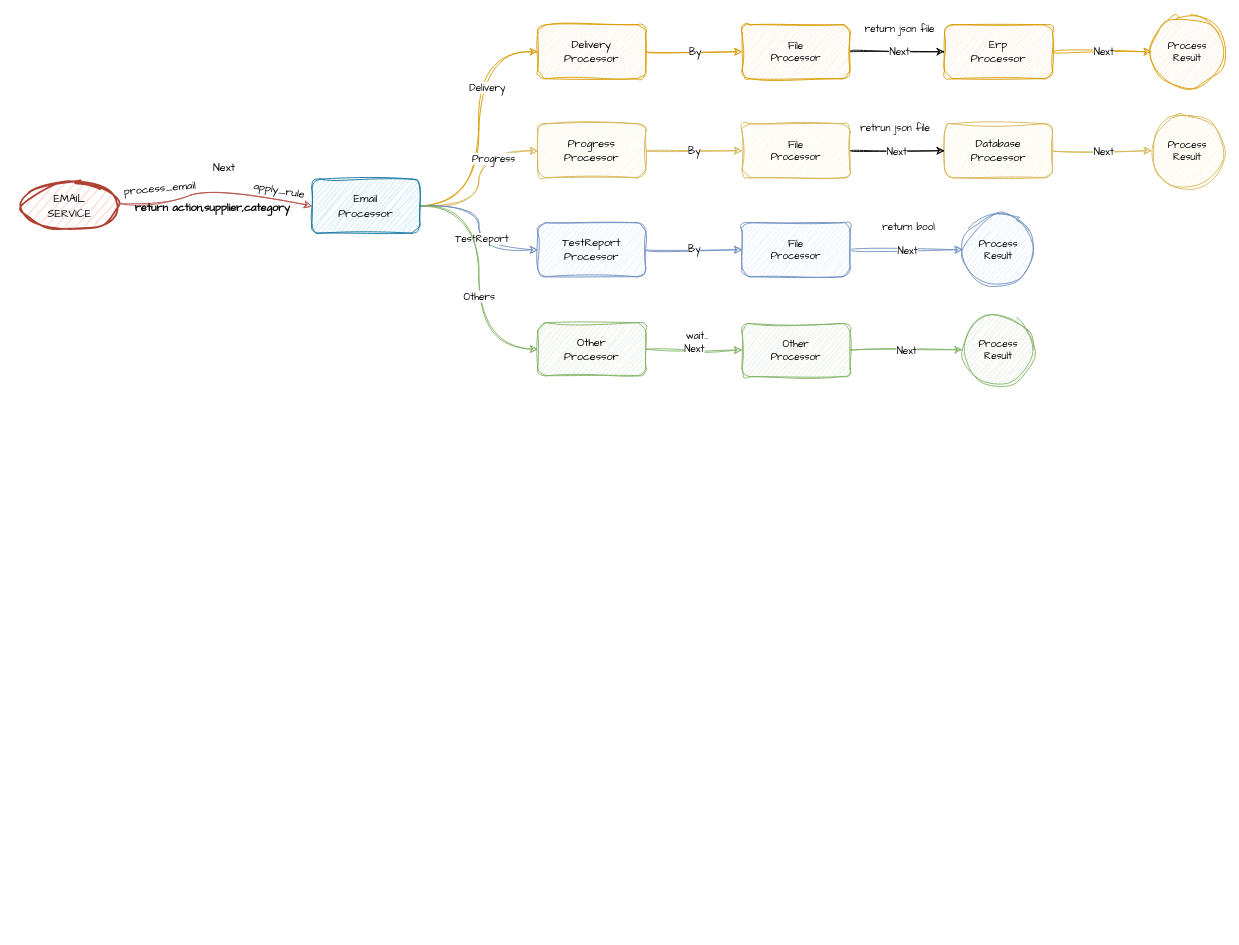
The draw.io diagram huaxinAgent.drawio in FeyaiFey/huaxinAgent, before the edit. Source tidied: cells renumbered, new cells numbered last; positions are measured from the earlier drawing's top-left corner, leaving out a move shared by most shapes. Both pictures are drawn from the tidied source at 90%, with x=0, y=0 at pixel (21, 15).
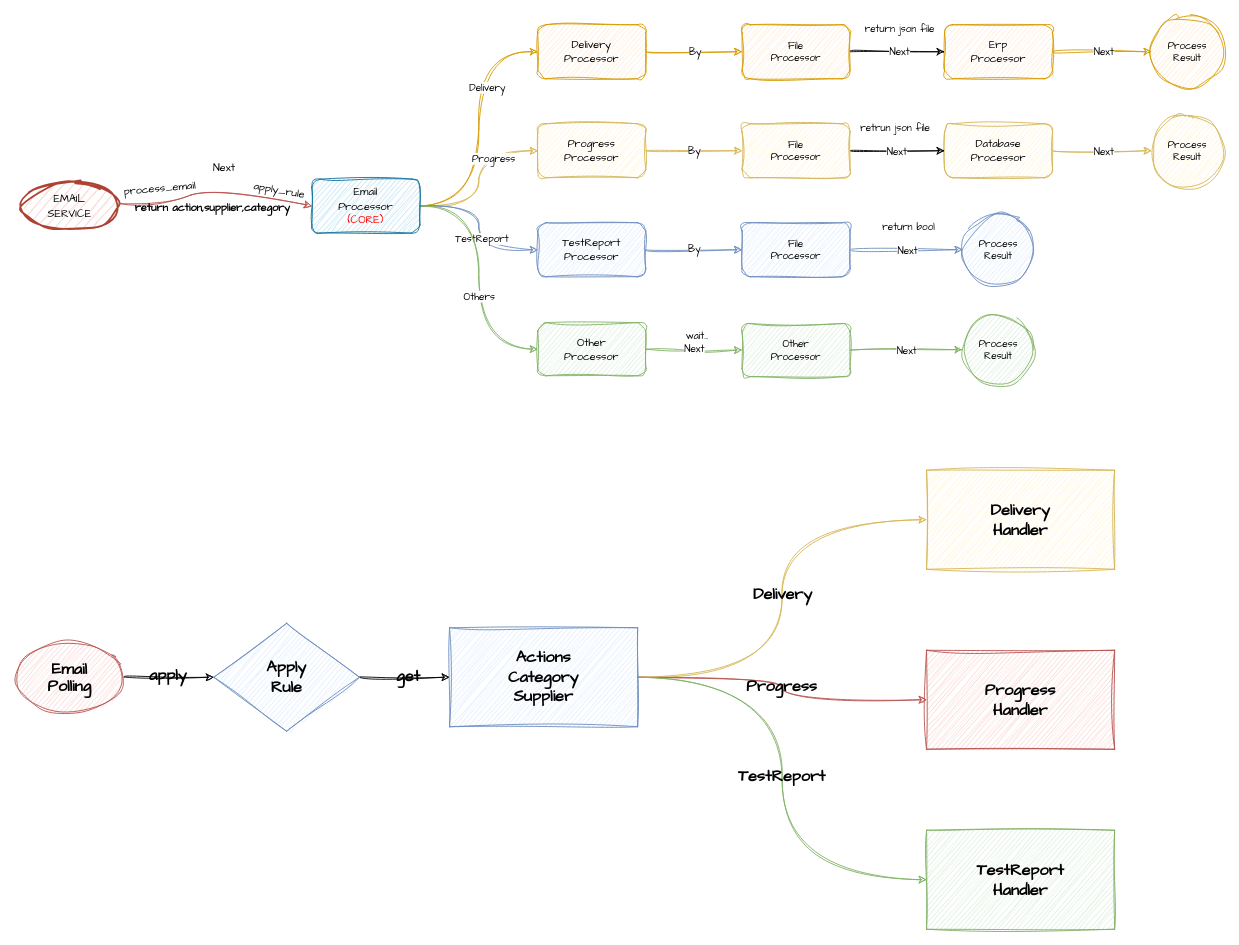
Above is the later version.

The edit, as a diff of the source:
```diff
@@
-    <mxCell id="15" value="&lt;font face=&quot;Comic Sans MS&quot;&gt;Email&lt;/font&gt;&lt;div&gt;&lt;font face=&quot;Comic Sans MS&quot;&gt;Processor&lt;/font&gt;&lt;/div&gt;" style="rounded=1;whiteSpace=wrap;html=1;glass=0;sketch=1;curveFitting=1;jiggle=2;shadow=0;fillColor=#b1ddf0;strokeColor=#10739e;" parent="1" vertex="1">
+    <mxCell id="15" value="&lt;font face=&quot;Comic Sans MS&quot;&gt;Email&lt;/font&gt;&lt;div&gt;&lt;font face=&quot;Comic Sans MS&quot;&gt;Processor&lt;/font&gt;&lt;/div&gt;&lt;div&gt;&lt;font style=&quot;color: rgb(255, 0, 0);&quot; face=&quot;Comic Sans MS&quot;&gt;(CORE)&lt;/font&gt;&lt;/div&gt;" style="rounded=1;whiteSpace=wrap;html=1;glass=0;sketch=1;curveFitting=1;jiggle=2;shadow=0;fillColor=#b1ddf0;strokeColor=#10739e;" parent="1" vertex="1">
       <mxGeometry x="323" y="181.5" width="120" height="60" as="geometry" />
     </mxCell>
@@
+    <mxCell id="56" style="edgeStyle=orthogonalEdgeStyle;rounded=0;jettySize=auto;html=1;entryX=0;entryY=0.5;entryDx=0;entryDy=0;sketch=1;curveFitting=1;jiggle=2;curved=1;" parent="1" edge="1" source="58" target="61">
+      <mxGeometry relative="1" as="geometry" />
+    </mxCell>
+    <mxCell id="57" value="apply" style="edgeLabel;html=1;align=center;verticalAlign=middle;sketch=1;jiggle=2;curveFitting=1;strokeColor=#6c8ebf;fontFamily=Comic Sans MS;fontSize=18;fontColor=default;fontStyle=1;labelBackgroundColor=none;fillColor=#dae8fc;" parent="56" vertex="1">
+      <mxGeometry x="-0.05" y="3" relative="1" as="geometry" />
+    </mxCell>
+    <mxCell id="58" value="&lt;div style=&quot;line-height: 19px; white-space: pre;&quot;&gt;&lt;span&gt;Email&lt;/span&gt;&lt;/div&gt;&lt;div style=&quot;line-height: 19px; white-space: pre;&quot;&gt;&lt;span&gt;Polling&lt;/span&gt;&lt;/div&gt;" style="ellipse;whiteSpace=wrap;html=1;sketch=1;curveFitting=1;jiggle=2;fillColor=#f8cecc;strokeColor=#b85450;fontColor=default;labelBackgroundColor=none;fontFamily=Comic Sans MS;fontStyle=1;fontSize=18;" parent="1" vertex="1">
+      <mxGeometry x="-6" y="695" width="120" height="80" as="geometry" />
+    </mxCell>
+    <mxCell id="59" style="edgeStyle=orthogonalEdgeStyle;rounded=0;jettySize=auto;html=1;sketch=1;curveFitting=1;jiggle=2;curved=1;" parent="1" edge="1" source="61" target="68">
+      <mxGeometry relative="1" as="geometry" />
+    </mxCell>
+    <mxCell id="60" value="get" style="edgeLabel;html=1;align=center;verticalAlign=middle;sketch=1;jiggle=2;curveFitting=1;strokeColor=#6c8ebf;fontFamily=Comic Sans MS;fontSize=18;fontColor=default;fontStyle=1;labelBackgroundColor=none;fillColor=#dae8fc;" parent="59" vertex="1">
+      <mxGeometry x="0.05" y="2" relative="1" as="geometry" />
+    </mxCell>
+    <mxCell id="61" value="Apply&lt;div&gt;Rule&lt;/div&gt;" style="rhombus;whiteSpace=wrap;html=1;fontFamily=Comic Sans MS;fillColor=#dae8fc;strokeColor=#6c8ebf;sketch=1;curveFitting=1;jiggle=2;labelBackgroundColor=none;fontStyle=1;fontSize=18;" parent="1" vertex="1">
+      <mxGeometry x="214" y="675" width="162" height="120" as="geometry" />
+    </mxCell>
+    <mxCell id="62" style="edgeStyle=orthogonalEdgeStyle;shape=connector;curved=1;rounded=0;sketch=1;jiggle=2;curveFitting=1;jettySize=auto;html=1;strokeColor=#d6b656;align=center;verticalAlign=middle;fontFamily=Comic Sans MS;fontSize=18;fontColor=default;fontStyle=1;labelBackgroundColor=none;endArrow=classic;entryX=0;entryY=0.5;entryDx=0;entryDy=0;fillColor=#fff2cc;" parent="1" edge="1" source="68" target="69">
+      <mxGeometry relative="1" as="geometry" />
+    </mxCell>
+    <mxCell id="63" value="Delivery" style="edgeLabel;html=1;align=center;verticalAlign=middle;sketch=1;jiggle=2;curveFitting=1;strokeColor=#6c8ebf;fontFamily=Comic Sans MS;fontSize=18;fontColor=default;fontStyle=1;labelBackgroundColor=none;fillColor=#dae8fc;" parent="62" vertex="1">
+      <mxGeometry x="0.02" relative="1" as="geometry" />
+    </mxCell>
+    <mxCell id="64" style="edgeStyle=orthogonalEdgeStyle;shape=connector;curved=1;rounded=0;sketch=1;jiggle=2;curveFitting=1;jettySize=auto;html=1;strokeColor=#b85450;align=center;verticalAlign=middle;fontFamily=Comic Sans MS;fontSize=18;fontColor=default;fontStyle=1;labelBackgroundColor=none;endArrow=classic;fillColor=#f8cecc;" parent="1" edge="1" source="68" target="70">
+      <mxGeometry relative="1" as="geometry" />
+    </mxCell>
+    <mxCell id="65" value="Progress" style="edgeLabel;html=1;align=center;verticalAlign=middle;sketch=1;jiggle=2;curveFitting=1;strokeColor=#6c8ebf;fontFamily=Comic Sans MS;fontSize=18;fontColor=default;fontStyle=1;labelBackgroundColor=none;fillColor=#dae8fc;" parent="64" vertex="1">
+      <mxGeometry x="-0.02" y="-1" relative="1" as="geometry" />
+    </mxCell>
+    <mxCell id="66" style="edgeStyle=orthogonalEdgeStyle;shape=connector;curved=1;rounded=0;sketch=1;jiggle=2;curveFitting=1;jettySize=auto;html=1;strokeColor=#82b366;align=center;verticalAlign=middle;fontFamily=Comic Sans MS;fontSize=18;fontColor=default;fontStyle=1;labelBackgroundColor=none;endArrow=classic;entryX=0;entryY=0.5;entryDx=0;entryDy=0;fillColor=#d5e8d4;" parent="1" edge="1" source="68" target="71">
+      <mxGeometry relative="1" as="geometry" />
+    </mxCell>
+    <mxCell id="67" value="TestReport" style="edgeLabel;html=1;align=center;verticalAlign=middle;sketch=1;jiggle=2;curveFitting=1;strokeColor=#6c8ebf;fontFamily=Comic Sans MS;fontSize=18;fontColor=default;fontStyle=1;labelBackgroundColor=none;fillColor=#dae8fc;" parent="66" vertex="1">
+      <mxGeometry x="-0.01" y="-1" relative="1" as="geometry" />
+    </mxCell>
+    <mxCell id="68" value="Actions&lt;div&gt;Category&lt;/div&gt;&lt;div&gt;Supplier&lt;/div&gt;" style="whiteSpace=wrap;html=1;fontSize=18;fontFamily=Comic Sans MS;fillColor=#dae8fc;strokeColor=#6c8ebf;sketch=1;curveFitting=1;jiggle=2;labelBackgroundColor=none;fontStyle=1;" parent="1" vertex="1">
+      <mxGeometry x="476" y="680" width="209" height="110" as="geometry" />
+    </mxCell>
+    <mxCell id="69" value="Delivery&lt;br&gt;Handler" style="whiteSpace=wrap;html=1;fontSize=18;fontFamily=Comic Sans MS;fillColor=#fff2cc;strokeColor=#d6b656;sketch=1;curveFitting=1;jiggle=2;labelBackgroundColor=none;fontStyle=1;align=center;verticalAlign=middle;" parent="1" vertex="1">
+      <mxGeometry x="1006" y="505" width="209" height="110" as="geometry" />
+    </mxCell>
+    <mxCell id="70" value="Progress&lt;div&gt;Handler&lt;/div&gt;" style="whiteSpace=wrap;html=1;fontSize=18;fontFamily=Comic Sans MS;fillColor=#f8cecc;strokeColor=#b85450;sketch=1;curveFitting=1;jiggle=2;labelBackgroundColor=none;fontStyle=1;align=center;verticalAlign=middle;" parent="1" vertex="1">
+      <mxGeometry x="1006" y="705" width="209" height="110" as="geometry" />
+    </mxCell>
+    <mxCell id="71" value="TestReport&lt;div&gt;Handler&lt;/div&gt;" style="whiteSpace=wrap;html=1;fontSize=18;fontFamily=Comic Sans MS;fillColor=#d5e8d4;strokeColor=#82b366;sketch=1;curveFitting=1;jiggle=2;labelBackgroundColor=none;fontStyle=1;align=center;verticalAlign=middle;" parent="1" vertex="1">
+      <mxGeometry x="1006" y="905" width="209" height="110" as="geometry" />
+    </mxCell>
```
